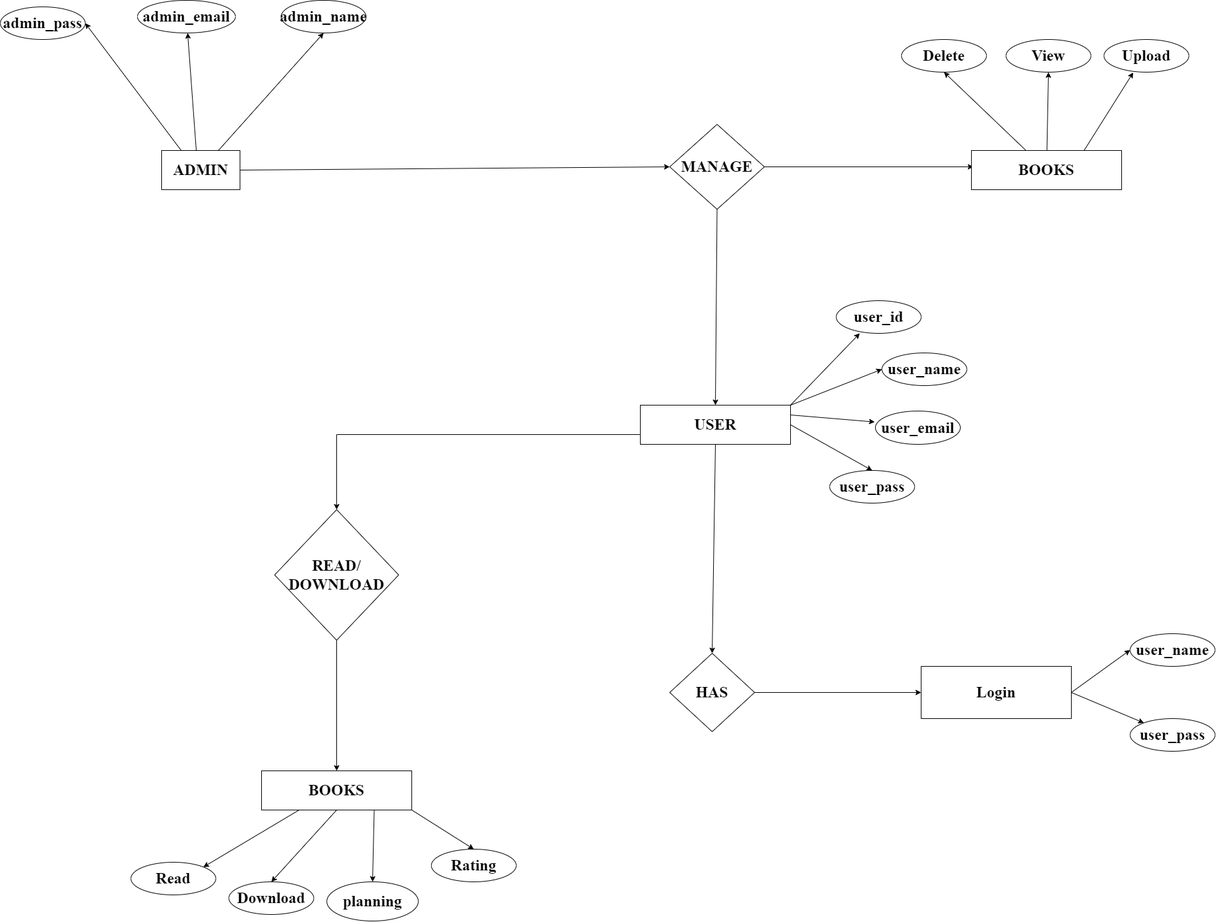
Before: Diagrams/ER-Diagram.png, a diagram exported from draw.io (prathamjc/TY-project). Source tidied: cells renumbered, new cells last; positions are measured from the earlier drawing's top-left corner, leaving out a move shared by most shapes.
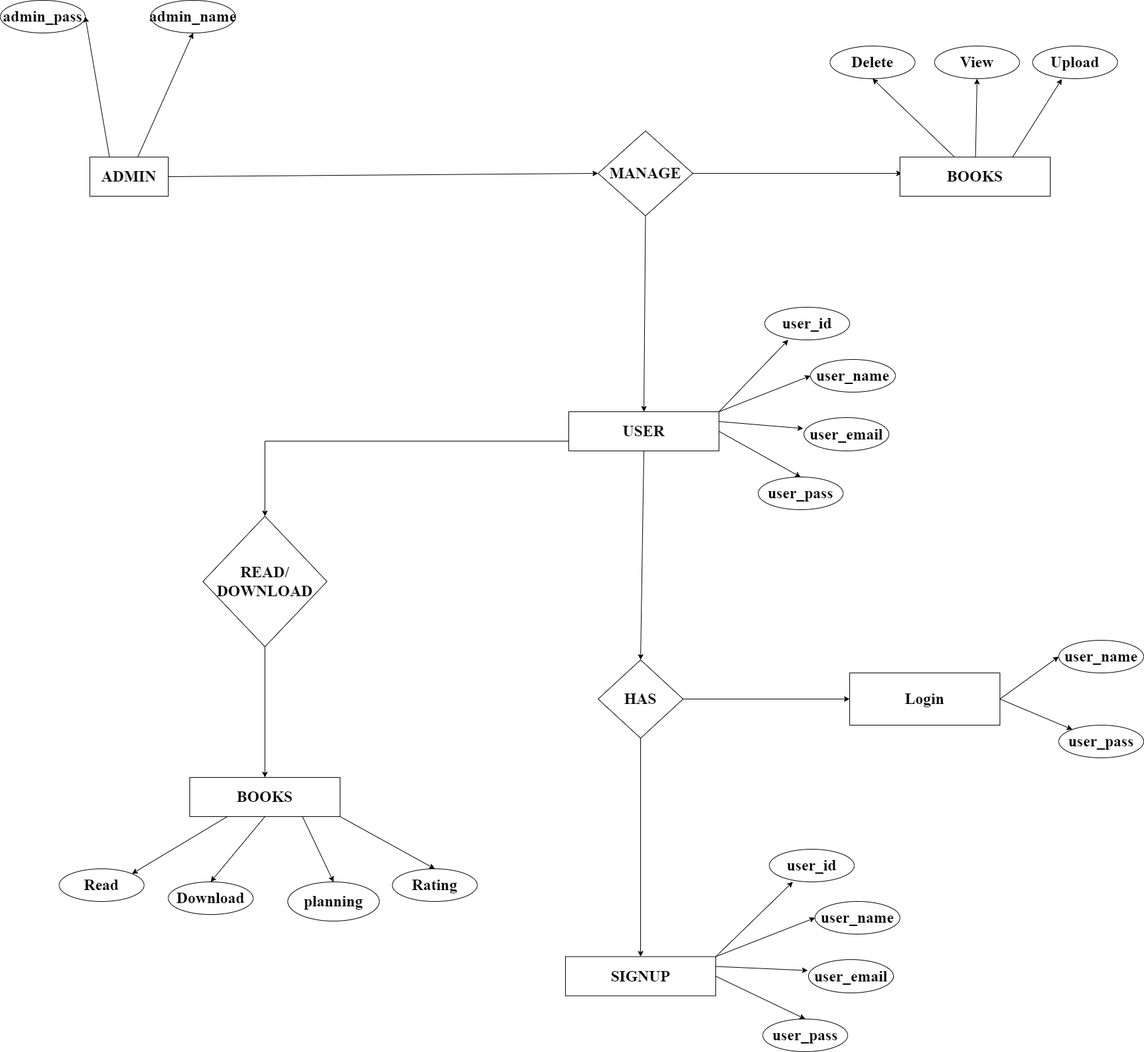
The same file after the commit.

Change to the diagram source:
```diff
@@ -52,20 +52,14 @@
       <mxGeometry x="1410" y="1020" width="230" height="80" as="geometry" />
     </mxCell>
     <mxCell id="17" value="admin_name" style="ellipse;whiteSpace=wrap;html=1;rounded=0;fontFamily=Times New Roman;fontSize=24;labelBackgroundColor=none;fontStyle=1;" parent="1" vertex="1">
-      <mxGeometry x="430" width="130" height="50" as="geometry" />
+      <mxGeometry x="340" y="-10" width="130" height="50" as="geometry" />
     </mxCell>
-    <mxCell id="18" value="admin_email" style="ellipse;whiteSpace=wrap;html=1;rounded=0;fontFamily=Times New Roman;fontSize=24;labelBackgroundColor=none;fontStyle=1;" parent="1" vertex="1">
-      <mxGeometry x="210" width="150" height="50" as="geometry" />
-    </mxCell>
     <mxCell id="19" value="admin_pass" style="ellipse;whiteSpace=wrap;html=1;rounded=0;fontFamily=Times New Roman;fontSize=24;labelBackgroundColor=none;fontStyle=1;" parent="1" vertex="1">
-      <mxGeometry y="10" width="130" height="50" as="geometry" />
+      <mxGeometry x="110" y="-10" width="130" height="50" as="geometry" />
     </mxCell>
     <mxCell id="20" style="endArrow=classic;html=1;rounded=0;fontFamily=Times New Roman;fontSize=24;entryX=0.5;entryY=1;entryDx=0;entryDy=0;labelBackgroundColor=none;fontColor=default;fontStyle=1;" parent="1" edge="1" source="2" target="17">
       <mxGeometry relative="1" as="geometry" />
     </mxCell>
-    <mxCell id="21" style="endArrow=classic;html=1;rounded=0;fontFamily=Times New Roman;fontSize=24;exitX=0.442;exitY=0;exitDx=0;exitDy=0;exitPerimeter=0;labelBackgroundColor=none;fontColor=default;fontStyle=1;" parent="1" edge="1" source="2" target="18">
-      <mxGeometry relative="1" as="geometry" />
-    </mxCell>
     <mxCell id="22" style="endArrow=classic;html=1;rounded=0;fontFamily=Times New Roman;fontSize=24;entryX=1;entryY=0.5;entryDx=0;entryDy=0;exitX=0.25;exitY=0;exitDx=0;exitDy=0;labelBackgroundColor=none;fontColor=default;fontStyle=1;" parent="1" edge="1" source="2" target="19">
       <mxGeometry relative="1" as="geometry" />
     </mxCell>
@@ -109,13 +103,13 @@
       <mxGeometry relative="1" as="geometry" />
     </mxCell>
     <mxCell id="36" value="Download" style="ellipse;whiteSpace=wrap;html=1;rounded=0;fontFamily=Times New Roman;fontSize=24;labelBackgroundColor=none;fontStyle=1;" parent="1" vertex="1">
-      <mxGeometry x="350" y="1350" width="130" height="50" as="geometry" />
+      <mxGeometry x="367" y="1340" width="130" height="50" as="geometry" />
     </mxCell>
     <mxCell id="37" value="planning" style="ellipse;whiteSpace=wrap;html=1;rounded=0;fontFamily=Times New Roman;fontSize=24;labelBackgroundColor=none;fontStyle=1;" parent="1" vertex="1">
-      <mxGeometry x="500" y="1350" width="140" height="60" as="geometry" />
+      <mxGeometry x="550" y="1340" width="140" height="60" as="geometry" />
     </mxCell>
     <mxCell id="38" value="Rating" style="ellipse;whiteSpace=wrap;html=1;rounded=0;fontFamily=Times New Roman;fontSize=24;labelBackgroundColor=none;fontStyle=1;" parent="1" vertex="1">
-      <mxGeometry x="660" y="1300" width="130" height="50" as="geometry" />
+      <mxGeometry x="710" y="1320" width="130" height="50" as="geometry" />
     </mxCell>
     <mxCell id="39" style="endArrow=classic;html=1;rounded=0;fontFamily=Times New Roman;fontSize=24;exitX=0.25;exitY=1;exitDx=0;exitDy=0;labelBackgroundColor=none;fontColor=default;fontStyle=1;entryX=1;entryY=0;entryDx=0;entryDy=0;" parent="1" edge="1" source="34" target="49">
       <mxGeometry relative="1" as="geometry" />
@@ -150,5 +144,35 @@
     <mxCell id="49" value="Read" style="ellipse;whiteSpace=wrap;html=1;rounded=0;fontFamily=Times New Roman;fontSize=24;labelBackgroundColor=none;fontStyle=1;" parent="1" vertex="1">
       <mxGeometry x="200" y="1320" width="130" height="50" as="geometry" />
     </mxCell>
+    <mxCell id="50" value="SIGNUP" style="rounded=0;whiteSpace=wrap;html=1;fontFamily=Times New Roman;fontSize=24;labelBackgroundColor=none;fontStyle=1;" parent="1" vertex="1">
+      <mxGeometry x="975" y="1454.5" width="230" height="60" as="geometry" />
+    </mxCell>
+    <mxCell id="51" value="user_id" style="ellipse;whiteSpace=wrap;html=1;rounded=0;fontFamily=Times New Roman;fontSize=24;labelBackgroundColor=none;fontStyle=1;" parent="1" vertex="1">
+      <mxGeometry x="1287" y="1290" width="130" height="50" as="geometry" />
+    </mxCell>
+    <mxCell id="52" value="user_name" style="ellipse;whiteSpace=wrap;html=1;rounded=0;fontFamily=Times New Roman;fontSize=24;labelBackgroundColor=none;fontStyle=1;" parent="1" vertex="1">
+      <mxGeometry x="1357" y="1370" width="130" height="50" as="geometry" />
+    </mxCell>
+    <mxCell id="53" value="user_email" style="ellipse;whiteSpace=wrap;html=1;rounded=0;fontFamily=Times New Roman;fontSize=24;labelBackgroundColor=none;fontStyle=1;" parent="1" vertex="1">
+      <mxGeometry x="1347" y="1459" width="130" height="51" as="geometry" />
+    </mxCell>
+    <mxCell id="54" style="endArrow=classic;html=1;rounded=0;fontFamily=Times New Roman;fontSize=24;entryX=0.277;entryY=1;entryDx=0;entryDy=0;entryPerimeter=0;exitX=1;exitY=0;exitDx=0;exitDy=0;labelBackgroundColor=none;fontColor=default;fontStyle=1;" parent="1" edge="1" source="50" target="51">
+      <mxGeometry relative="1" as="geometry" />
+    </mxCell>
+    <mxCell id="55" value="user_pass" style="ellipse;whiteSpace=wrap;html=1;rounded=0;fontFamily=Times New Roman;fontSize=24;labelBackgroundColor=none;fontStyle=1;" parent="1" vertex="1">
+      <mxGeometry x="1277" y="1550" width="130" height="50" as="geometry" />
+    </mxCell>
+    <mxCell id="56" style="endArrow=classic;html=1;rounded=0;fontFamily=Times New Roman;fontSize=24;entryX=0;entryY=0.5;entryDx=0;entryDy=0;exitX=1;exitY=0;exitDx=0;exitDy=0;labelBackgroundColor=none;fontColor=default;fontStyle=1;" parent="1" edge="1" source="50" target="52">
+      <mxGeometry relative="1" as="geometry" />
+    </mxCell>
+    <mxCell id="57" style="endArrow=classic;html=1;rounded=0;fontFamily=Times New Roman;fontSize=24;entryX=-0.009;entryY=0.328;entryDx=0;entryDy=0;exitX=1;exitY=0.25;exitDx=0;exitDy=0;entryPerimeter=0;labelBackgroundColor=none;fontColor=default;fontStyle=1;" parent="1" edge="1" source="50" target="53">
+      <mxGeometry relative="1" as="geometry" />
+    </mxCell>
+    <mxCell id="58" style="endArrow=classic;html=1;rounded=0;fontFamily=Times New Roman;fontSize=24;entryX=0.5;entryY=0;entryDx=0;entryDy=0;exitX=1;exitY=0.5;exitDx=0;exitDy=0;labelBackgroundColor=none;fontColor=default;fontStyle=1;" parent="1" edge="1" source="50" target="55">
+      <mxGeometry relative="1" as="geometry" />
+    </mxCell>
+    <mxCell id="59" style="endArrow=classic;html=1;rounded=0;exitX=0.5;exitY=1;exitDx=0;exitDy=0;entryX=0.5;entryY=0;entryDx=0;entryDy=0;" parent="1" edge="1" source="9" target="50">
+      <mxGeometry relative="1" as="geometry" />
+    </mxCell>
   </root>
 </mxGraphModel>
```
